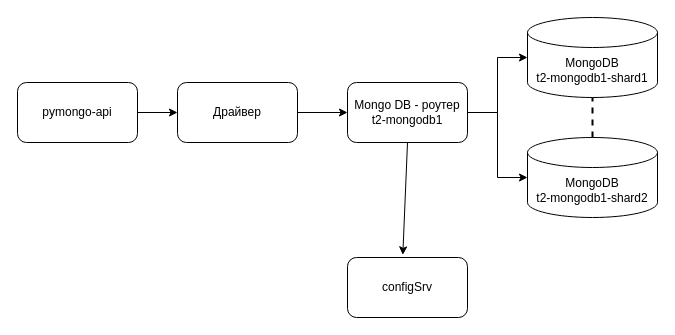
Laborant90/architecture-sprint-2 keeps this draw.io diagram as page "Задание 1. Шардирование" (2 of 4) of task1.drawio. Above is the earlier version. Source tidied: cells renumbered, new cells numbered last; positions are measured from the earlier drawing's top-left corner, leaving out a move shared by most shapes. Both pictures are drawn from the tidied source at 100%, with x=0, y=0 at pixel (17, 17).
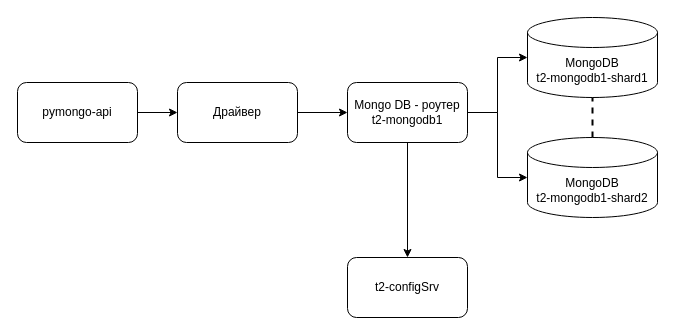
The same diagram, later.

Diff of the diagram source:
```diff
@@
 <mxGraphModel>
   <root>
     <mxCell id="0" />
     <mxCell id="1" parent="0" />
     <mxCell id="2" value="MongoDB&lt;div&gt;t2-mongodb1-shard1&lt;/div&gt;" style="shape=cylinder3;whiteSpace=wrap;html=1;boundedLbl=1;backgroundOutline=1;size=15;" parent="1" vertex="1">
       <mxGeometry x="510" width="130" height="80" as="geometry" />
     </mxCell>
     <mxCell id="3" value="pymongo-api" style="rounded=1;whiteSpace=wrap;html=1;" parent="1" vertex="1">
       <mxGeometry y="65" width="120" height="60" as="geometry" />
     </mxCell>
     <mxCell id="4" style="edgeStyle=orthogonalEdgeStyle;rounded=0;jettySize=auto;html=1;" parent="1" edge="1" source="5" target="6">
       <mxGeometry relative="1" as="geometry" />
     </mxCell>
     <mxCell id="5" value="Mongo DB - роутер&lt;div&gt;t2-mongodb1&lt;/div&gt;" style="rounded=1;whiteSpace=wrap;html=1;" parent="1" vertex="1">
       <mxGeometry x="330" y="65" width="120" height="60" as="geometry" />
     </mxCell>
     <mxCell id="6" value="MongoDB&lt;div&gt;t2-mongodb1-shard2&lt;/div&gt;" style="shape=cylinder3;whiteSpace=wrap;html=1;boundedLbl=1;backgroundOutline=1;size=15;" parent="1" vertex="1">
       <mxGeometry x="510" y="120" width="130" height="80" as="geometry" />
     </mxCell>
     <mxCell id="7" style="endArrow=classic;html=1;rounded=0;exitX=1;exitY=0.5;exitDx=0;exitDy=0;" parent="1" edge="1" source="3">
       <mxGeometry relative="1" as="geometry">
         <mxPoint x="160" y="95" as="targetPoint" />
       </mxGeometry>
     </mxCell>
     <mxCell id="8" value="Драйвер" style="rounded=1;whiteSpace=wrap;html=1;" parent="1" vertex="1">
       <mxGeometry x="160" y="65" width="120" height="60" as="geometry" />
     </mxCell>
-    <mxCell id="9" value="configSrv" style="rounded=1;whiteSpace=wrap;html=1;" parent="1" vertex="1">
+    <mxCell id="9" value="t2-configSrv" style="rounded=1;whiteSpace=wrap;html=1;" parent="1" vertex="1">
       <mxGeometry x="330" y="240" width="120" height="60" as="geometry" />
     </mxCell>
     <mxCell id="10" style="endArrow=none;dashed=1;html=1;strokeWidth=2;rounded=0;entryX=0.5;entryY=1;entryDx=0;entryDy=0;entryPerimeter=0;exitX=0.5;exitY=0;exitDx=0;exitDy=0;exitPerimeter=0;" parent="1" edge="1" source="6" target="2">
       <mxGeometry relative="1" as="geometry" />
     </mxCell>
     <mxCell id="11" style="endArrow=classic;html=1;rounded=0;entryX=0;entryY=0.5;entryDx=0;entryDy=0;exitX=1;exitY=0.5;exitDx=0;exitDy=0;" parent="1" edge="1" source="8" target="5">
       <mxGeometry relative="1" as="geometry" />
     </mxCell>
     <mxCell id="12" style="endArrow=classic;html=1;rounded=0;entryX=0;entryY=0.5;entryDx=0;entryDy=0;entryPerimeter=0;exitX=1;exitY=0.5;exitDx=0;exitDy=0;" parent="1" edge="1" source="5" target="2">
       <mxGeometry relative="1" as="geometry">
         <Array as="points">
           <mxPoint x="480" y="95" />
           <mxPoint x="480" y="40" />
         </Array>
       </mxGeometry>
     </mxCell>
-    <mxCell id="13" style="endArrow=classic;html=1;rounded=0;entryX=0.461;entryY=-0.044;entryDx=0;entryDy=0;entryPerimeter=0;exitX=0.5;exitY=1;exitDx=0;exitDy=0;" parent="1" edge="1" source="5" target="9">
+    <mxCell id="13" style="endArrow=classic;html=1;rounded=0;entryX=0.5;entryY=0;entryDx=0;entryDy=0;entryPerimeter=0;exitX=0.5;exitY=1;exitDx=0;exitDy=0;" parent="1" edge="1" source="5" target="9">
       <mxGeometry relative="1" as="geometry" />
     </mxCell>
   </root>
 </mxGraphModel>
```
